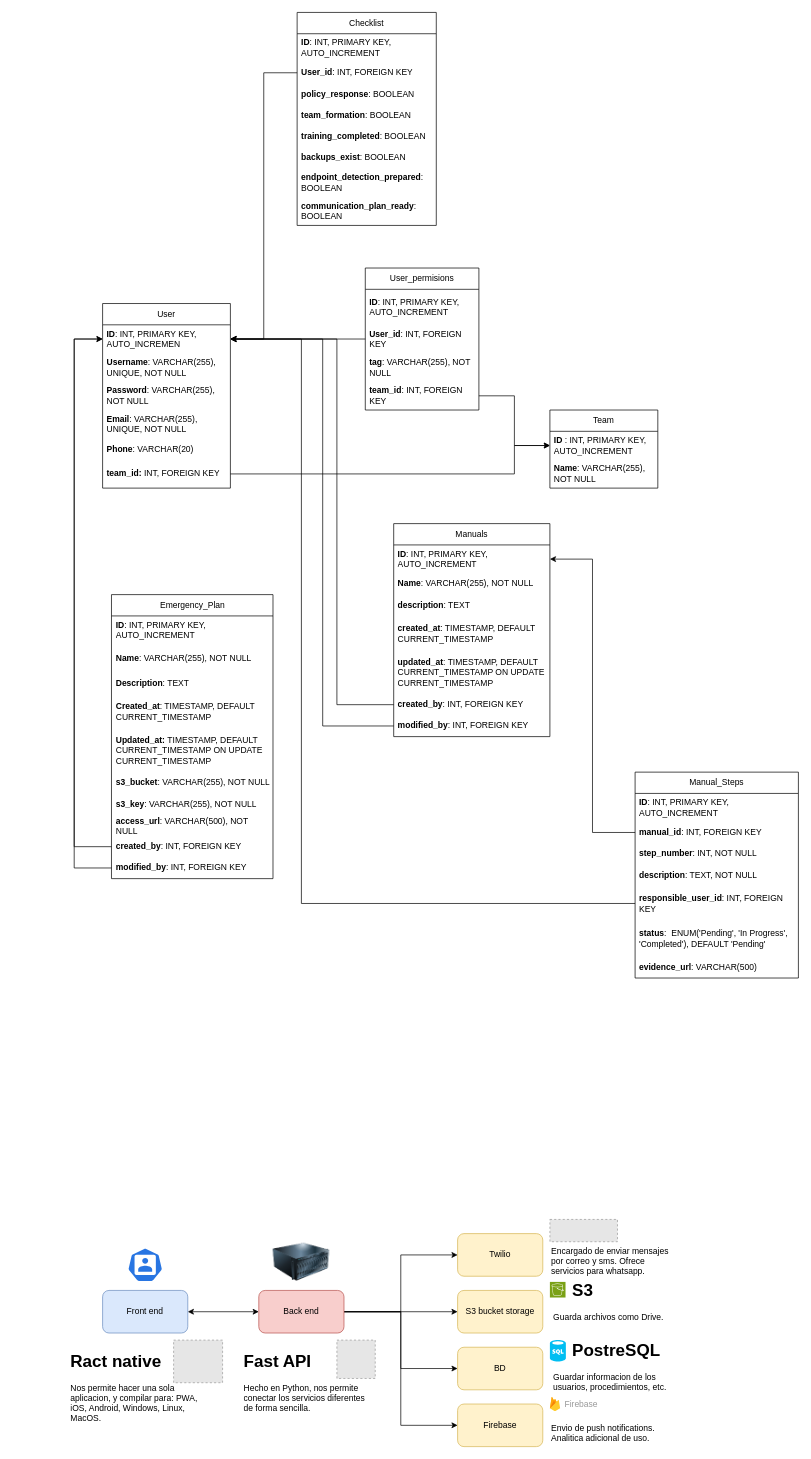
Earlier version of the draw.io diagram Diagrama sin título.drawio (Itzel-oli/NashEquilibrium). Source tidied: cells renumbered, new cells numbered last; positions are measured from the earlier drawing's top-left corner, leaving out a move shared by most shapes. Both pictures are drawn from the tidied source at 71%, with x=0, y=0 at pixel (67, 12). Pictures stored in the file or linked from it are replaced by grey dashed boxes.
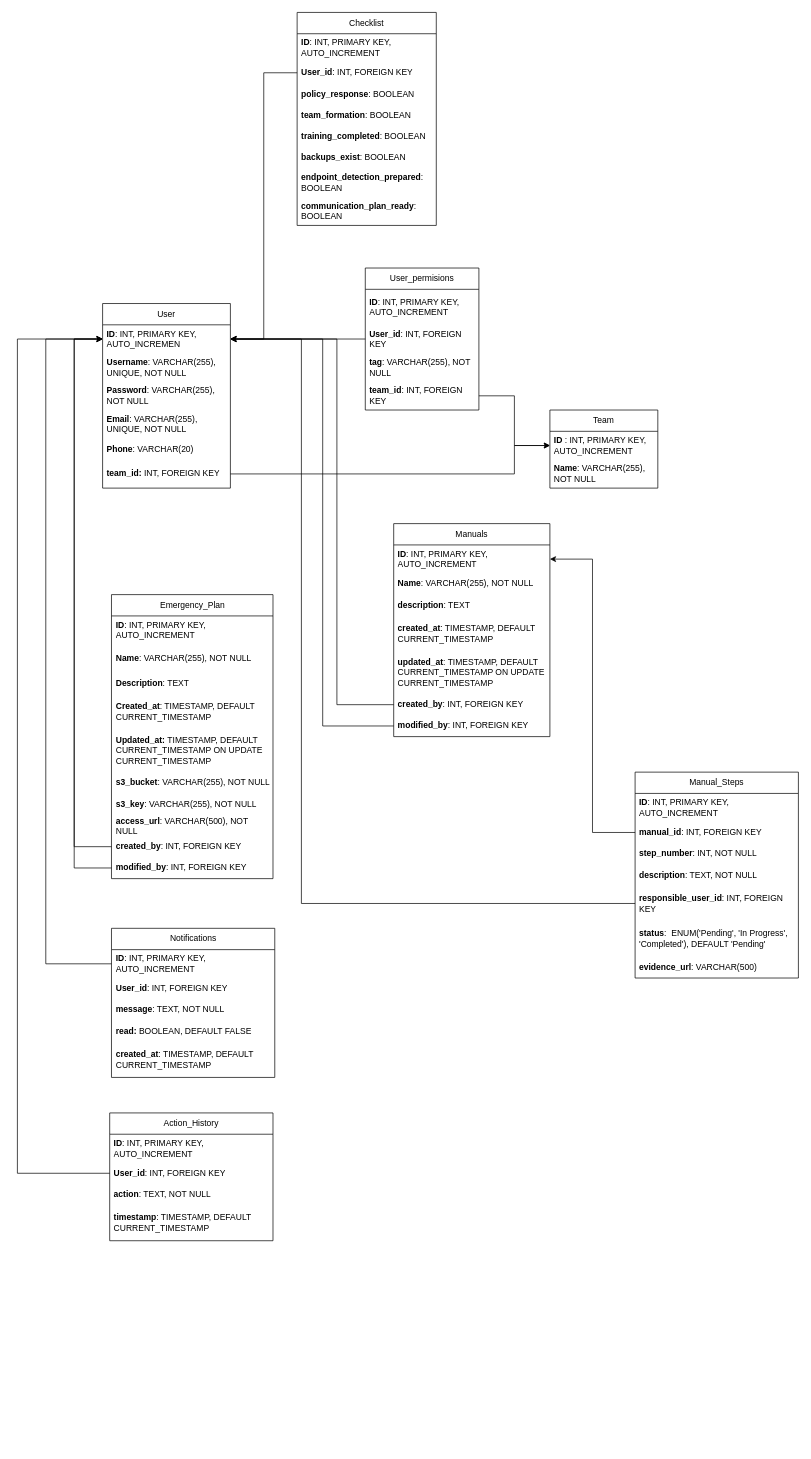
Above is the later version.

The change refers to these unchanged cells:
```xml
<mxCell id="3" value="&lt;b&gt;ID&lt;/b&gt;: INT, PRIMARY KEY, AUTO_INCREMEN" style="text;strokeColor=none;fillColor=none;align=left;verticalAlign=middle;spacingLeft=4;spacingRight=4;overflow=hidden;points=[[0,0.5],[1,0.5]];portConstraint=eastwest;whiteSpace=wrap;html=1;" parent="2" vertex="1">
  <mxGeometry y="30" width="180" height="40" as="geometry" />
</mxCell>
```

What changed in the source:
```diff
@@
-    <mxCell id="36" style="edgeStyle=orthogonalEdgeStyle;rounded=0;jettySize=auto;html=1;startArrow=classic;startFill=1;" parent="1" edge="1" source="37" target="42">
-      <mxGeometry relative="1" as="geometry" />
-    </mxCell>
-    <mxCell id="37" value="Front end" style="rounded=1;whiteSpace=wrap;html=1;fillColor=#dae8fc;strokeColor=#6c8ebf;" parent="1" vertex="1">
-      <mxGeometry x="50" y="1800" width="120" height="60" as="geometry" />
-    </mxCell>
-    <mxCell id="38" style="edgeStyle=orthogonalEdgeStyle;rounded=0;jettySize=auto;html=1;" parent="1" edge="1" source="42" target="43">
-      <mxGeometry relative="1" as="geometry">
-        <Array as="points">
-          <mxPoint x="470" y="1830" />
-          <mxPoint x="470" y="1750" />
-        </Array>
-      </mxGeometry>
-    </mxCell>
-    <mxCell id="39" style="edgeStyle=orthogonalEdgeStyle;rounded=0;jettySize=auto;html=1;" parent="1" edge="1" source="42" target="45">
-      <mxGeometry relative="1" as="geometry">
-        <Array as="points">
-          <mxPoint x="470" y="1830" />
-          <mxPoint x="470" y="1910" />
-        </Array>
-      </mxGeometry>
-    </mxCell>
-    <mxCell id="40" style="edgeStyle=orthogonalEdgeStyle;rounded=0;jettySize=auto;html=1;" parent="1" edge="1" source="42" target="44">
-      <mxGeometry relative="1" as="geometry" />
-    </mxCell>
-    <mxCell id="41" style="edgeStyle=orthogonalEdgeStyle;rounded=0;jettySize=auto;html=1;entryX=0;entryY=0.5;entryDx=0;entryDy=0;" parent="1" edge="1" source="42" target="46">
-      <mxGeometry relative="1" as="geometry" />
-    </mxCell>
-    <mxCell id="42" value="Back end" style="rounded=1;whiteSpace=wrap;html=1;fillColor=#f8cecc;strokeColor=#b85450;" parent="1" vertex="1">
-      <mxGeometry x="270" y="1800" width="120" height="60" as="geometry" />
-    </mxCell>
-    <mxCell id="43" value="Twilio" style="rounded=1;whiteSpace=wrap;html=1;fillColor=#fff2cc;strokeColor=#d6b656;" parent="1" vertex="1">
-      <mxGeometry x="550" y="1720" width="120" height="60" as="geometry" />
-    </mxCell>
-    <mxCell id="44" value="S3 bucket storage" style="rounded=1;whiteSpace=wrap;html=1;fillColor=#fff2cc;strokeColor=#d6b656;" parent="1" vertex="1">
-      <mxGeometry x="550" y="1800" width="120" height="60" as="geometry" />
-    </mxCell>
-    <mxCell id="45" value="BD" style="rounded=1;whiteSpace=wrap;html=1;fillColor=#fff2cc;strokeColor=#d6b656;" parent="1" vertex="1">
-      <mxGeometry x="550" y="1880" width="120" height="60" as="geometry" />
-    </mxCell>
-    <mxCell id="46" value="Firebase" style="rounded=1;whiteSpace=wrap;html=1;fillColor=#fff2cc;strokeColor=#d6b656;" parent="1" vertex="1">
-      <mxGeometry x="550" y="1960" width="120" height="60" as="geometry" />
-    </mxCell>
-    <mxCell id="47" style="fillColor=#E6E6E6;strokeColor=#999999;dashed=1;verticalLabelPosition=bottom;labelBackgroundColor=default;verticalAlign=top;" parent="1" vertex="1">
-      <mxGeometry x="150" y="1870" width="69" height="60" as="geometry" />
-    </mxCell>
-    <mxCell id="48" value="&lt;h1&gt;Ract native&lt;/h1&gt;&lt;div&gt;Nos permite hacer una sola aplicacion, y compilar para: PWA, iOS, Android, Windows, Linux, MacOS.&lt;/div&gt;" style="text;html=1;strokeColor=none;fillColor=none;spacing=5;spacingTop=-20;whiteSpace=wrap;overflow=hidden;rounded=0;" parent="1" vertex="1">
-      <mxGeometry y="1880" width="190" height="120" as="geometry" />
-    </mxCell>
-    <mxCell id="49" style="fillColor=#E6E6E6;strokeColor=#999999;dashed=1;verticalLabelPosition=bottom;labelBackgroundColor=default;verticalAlign=top;" parent="1" vertex="1">
-      <mxGeometry x="380" y="1870" width="54" height="54" as="geometry" />
-    </mxCell>
-    <mxCell id="50" value="&lt;h1&gt;Fast API&lt;/h1&gt;&lt;div&gt;Hecho en Python, nos permite conectar los servicios diferentes de forma sencilla.&lt;/div&gt;" style="text;html=1;strokeColor=none;fillColor=none;spacing=5;spacingTop=-20;whiteSpace=wrap;overflow=hidden;rounded=0;" parent="1" vertex="1">
-      <mxGeometry x="244" y="1880" width="190" height="120" as="geometry" />
-    </mxCell>
-    <mxCell id="51" style="sketch=0;html=1;dashed=0;whitespace=wrap;fillColor=#2875E2;strokeColor=#ffffff;verticalLabelPosition=bottom;align=center;verticalAlign=top;shape=mxgraph.kubernetes.icon;prIcon=user;" parent="1" vertex="1">
-      <mxGeometry x="85" y="1740" width="50" height="48" as="geometry" />
-    </mxCell>
-    <mxCell id="52" style="image;html=1;image=img/lib/clip_art/computers/Server_128x128.png;" parent="1" vertex="1">
-      <mxGeometry x="290" y="1720" width="80" height="80" as="geometry" />
-    </mxCell>
-    <mxCell id="53" style="fillColor=#E6E6E6;strokeColor=#999999;dashed=1;verticalLabelPosition=bottom;labelBackgroundColor=default;verticalAlign=top;" parent="1" vertex="1">
-      <mxGeometry x="680" y="1700" width="95.2" height="31.4" as="geometry" />
-    </mxCell>
-    <mxCell id="54" style="sketch=0;fontColor=#232F3E;fillColor=#7AA116;strokeColor=#ffffff;dashed=0;verticalLabelPosition=bottom;verticalAlign=top;align=center;html=1;fontSize=12;fontStyle=0;shape=mxgraph.aws4.resourceIcon;resIcon=mxgraph.aws4.s3;" parent="1" vertex="1">
-      <mxGeometry x="680" y="1788" width="22" height="22" as="geometry" />
-    </mxCell>
-    <mxCell id="55" style="verticalLabelPosition=bottom;html=1;verticalAlign=top;align=center;strokeColor=none;fillColor=#00BEF2;shape=mxgraph.azure.sql_database;" parent="1" vertex="1">
-      <mxGeometry x="680" y="1870" width="22.5" height="30" as="geometry" />
-    </mxCell>
-    <mxCell id="56" value="Firebase" style="sketch=0;dashed=0;html=1;fillColor=#5184F3;strokeColor=none;shape=mxgraph.gcp2.firebase;labelPosition=right;verticalLabelPosition=middle;align=left;verticalAlign=middle;spacingLeft=5;fontColor=#999999;fontSize=12;" parent="1" vertex="1">
-      <mxGeometry x="680" y="1950" width="14.4" height="20" as="geometry" />
-    </mxCell>
-    <mxCell id="57" value="Encargado de enviar mensajes por correo y sms. Ofrece servicios para whatsapp." style="text;html=1;strokeColor=none;fillColor=none;align=left;verticalAlign=top;whiteSpace=wrap;rounded=0;" parent="1" vertex="1">
-      <mxGeometry x="680" y="1731.3" width="170" height="60" as="geometry" />
-    </mxCell>
-    <mxCell id="58" value="&lt;h1&gt;&amp;nbsp; &amp;nbsp; S3&lt;/h1&gt;&lt;div&gt;Guarda archivos como Drive.&lt;/div&gt;" style="text;html=1;strokeColor=none;fillColor=none;spacing=5;spacingTop=-20;whiteSpace=wrap;overflow=hidden;rounded=0;" parent="1" vertex="1">
-      <mxGeometry x="680" y="1780" width="190" height="70" as="geometry" />
-    </mxCell>
-    <mxCell id="59" value="&lt;h1&gt;&amp;nbsp; &amp;nbsp; PostreSQL&lt;/h1&gt;&lt;div&gt;Guardar informacion de los usuarios, procedimientos, etc.&lt;/div&gt;" style="text;html=1;strokeColor=none;fillColor=none;spacing=5;spacingTop=-20;whiteSpace=wrap;overflow=hidden;rounded=0;" parent="1" vertex="1">
-      <mxGeometry x="680" y="1865" width="190" height="85" as="geometry" />
-    </mxCell>
-    <mxCell id="60" value="Envio de push notifications. Analitica adicional de uso." style="text;html=1;strokeColor=none;fillColor=none;align=left;verticalAlign=top;whiteSpace=wrap;rounded=0;" parent="1" vertex="1">
-      <mxGeometry x="680" y="1980" width="170" height="40" as="geometry" />
-    </mxCell>
@@
+    <mxCell id="88" value="Notifications" style="swimlane;fontStyle=0;horizontal=1;startSize=30;whiteSpace=wrap;html=1;" parent="1" vertex="1">
+      <mxGeometry x="62.5" y="1290" width="230" height="210" as="geometry" />
+    </mxCell>
+    <mxCell id="89" value="&lt;b&gt;ID&lt;/b&gt;: INT, PRIMARY KEY, AUTO_INCREMENT" style="text;strokeColor=none;fillColor=none;align=left;verticalAlign=middle;spacingLeft=4;spacingRight=4;overflow=hidden;points=[[0,0.5],[1,0.5]];portConstraint=eastwest;whiteSpace=wrap;html=1;" parent="88" vertex="1">
+      <mxGeometry y="30" width="230" height="40" as="geometry" />
+    </mxCell>
+    <mxCell id="90" value="&lt;b&gt;User_id&lt;/b&gt;: INT, FOREIGN KEY" style="text;strokeColor=none;fillColor=none;align=left;verticalAlign=middle;spacingLeft=4;spacingRight=4;overflow=hidden;whiteSpace=wrap;html=1;" parent="88" vertex="1">
+      <mxGeometry y="70" width="230" height="30" as="geometry" />
+    </mxCell>
+    <mxCell id="91" value="&lt;b&gt;message&lt;/b&gt;: TEXT, NOT NULL" style="text;strokeColor=none;fillColor=none;align=left;verticalAlign=middle;spacingLeft=4;spacingRight=4;overflow=hidden;whiteSpace=wrap;html=1;" parent="88" vertex="1">
+      <mxGeometry y="100" width="230" height="30" as="geometry" />
+    </mxCell>
+    <mxCell id="92" value="&lt;b&gt;read:&lt;/b&gt; BOOLEAN, DEFAULT FALSE" style="text;strokeColor=none;fillColor=none;align=left;verticalAlign=middle;spacingLeft=4;spacingRight=4;overflow=hidden;whiteSpace=wrap;html=1;" parent="88" vertex="1">
+      <mxGeometry y="130" width="230" height="30" as="geometry" />
+    </mxCell>
+    <mxCell id="93" value="&lt;b&gt;created_at&lt;/b&gt;: TIMESTAMP, DEFAULT CURRENT_TIMESTAMP" style="text;strokeColor=none;fillColor=none;align=left;verticalAlign=middle;spacingLeft=4;spacingRight=4;overflow=hidden;whiteSpace=wrap;html=1;" parent="88" vertex="1">
+      <mxGeometry y="160" width="230" height="50" as="geometry" />
+    </mxCell>
+    <mxCell id="94" value="Action_History" style="swimlane;fontStyle=0;horizontal=1;startSize=30;whiteSpace=wrap;html=1;" parent="1" vertex="1">
+      <mxGeometry x="60" y="1550" width="230" height="180" as="geometry" />
+    </mxCell>
+    <mxCell id="95" value="&lt;b&gt;ID&lt;/b&gt;: INT, PRIMARY KEY, AUTO_INCREMENT" style="text;strokeColor=none;fillColor=none;align=left;verticalAlign=middle;spacingLeft=4;spacingRight=4;overflow=hidden;whiteSpace=wrap;html=1;" parent="94" vertex="1">
+      <mxGeometry y="30" width="230" height="40" as="geometry" />
+    </mxCell>
+    <mxCell id="96" value="&lt;b&gt;User_id&lt;/b&gt;: INT, FOREIGN KEY" style="text;strokeColor=none;fillColor=none;align=left;verticalAlign=middle;spacingLeft=4;spacingRight=4;overflow=hidden;points=[[0,0.5],[1,0.5]];portConstraint=eastwest;whiteSpace=wrap;html=1;" parent="94" vertex="1">
+      <mxGeometry y="70" width="230" height="30" as="geometry" />
+    </mxCell>
+    <mxCell id="97" value="&lt;b&gt;action&lt;/b&gt;: TEXT, NOT NULL" style="text;strokeColor=none;fillColor=none;align=left;verticalAlign=middle;spacingLeft=4;spacingRight=4;overflow=hidden;whiteSpace=wrap;html=1;" parent="94" vertex="1">
+      <mxGeometry y="100" width="230" height="30" as="geometry" />
+    </mxCell>
+    <mxCell id="98" value="&lt;b&gt;timestamp&lt;/b&gt;: TIMESTAMP, DEFAULT CURRENT_TIMESTAMP" style="text;strokeColor=none;fillColor=none;align=left;verticalAlign=middle;spacingLeft=4;spacingRight=4;overflow=hidden;whiteSpace=wrap;html=1;" parent="94" vertex="1">
+      <mxGeometry y="130" width="230" height="50" as="geometry" />
+    </mxCell>
+    <mxCell id="99" style="edgeStyle=orthogonalEdgeStyle;rounded=0;jettySize=auto;html=1;exitX=0;exitY=0.5;exitDx=0;exitDy=0;entryX=0;entryY=0.5;entryDx=0;entryDy=0;" parent="1" edge="1" source="89" target="3">
+      <mxGeometry relative="1" as="geometry">
+        <Array as="points">
+          <mxPoint x="-30" y="1340" />
+          <mxPoint x="-30" y="460" />
+        </Array>
+      </mxGeometry>
+    </mxCell>
+    <mxCell id="100" style="edgeStyle=orthogonalEdgeStyle;rounded=0;jettySize=auto;html=1;exitX=0;exitY=0.5;exitDx=0;exitDy=0;entryX=0;entryY=0.5;entryDx=0;entryDy=0;" parent="1" edge="1" source="96" target="3">
+      <mxGeometry relative="1" as="geometry">
+        <Array as="points">
+          <mxPoint x="-70" y="1635" />
+          <mxPoint x="-70" y="460" />
+        </Array>
+      </mxGeometry>
+    </mxCell>
```
